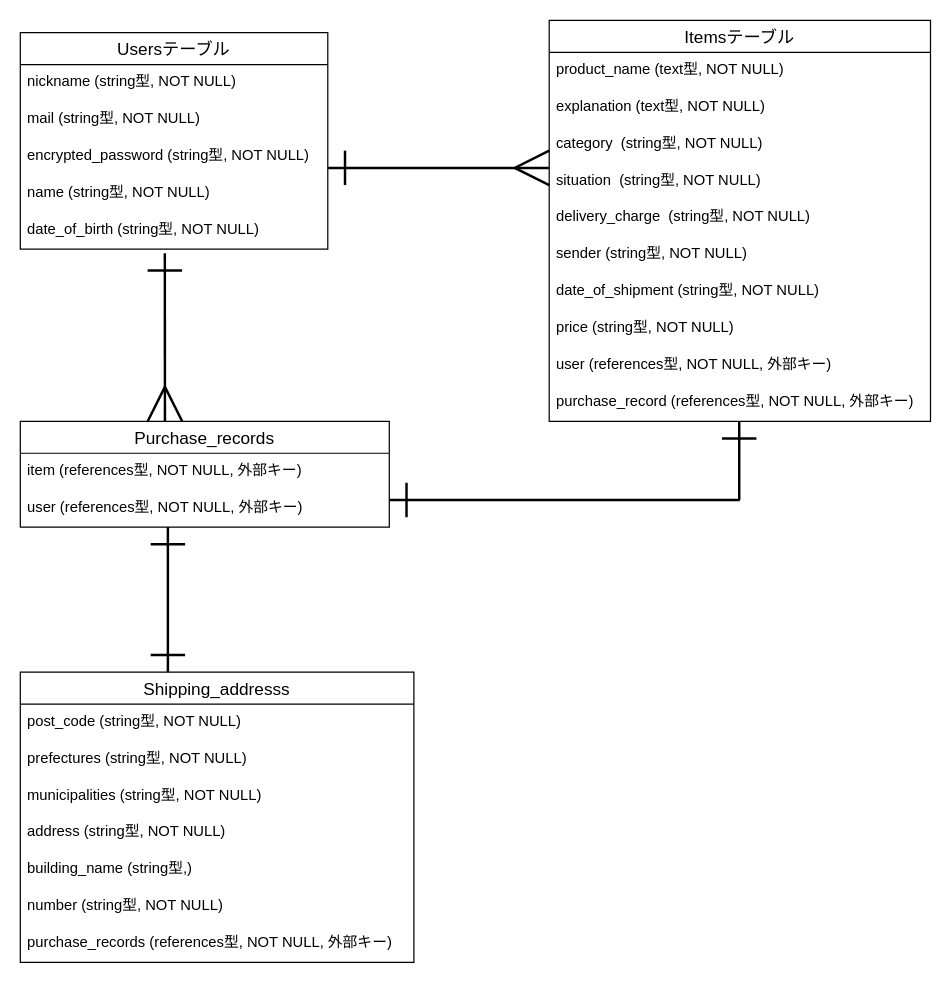
TUGU617/furima-39351 keeps this draw.io diagram as er.dio. Above is the earlier version. Source tidied: cells renumbered, new cells numbered last; positions are measured from the earlier drawing's top-left corner, leaving out a move shared by most shapes. Both pictures are drawn from the tidied source at 123%, with x=0, y=0 at pixel (20, 20).
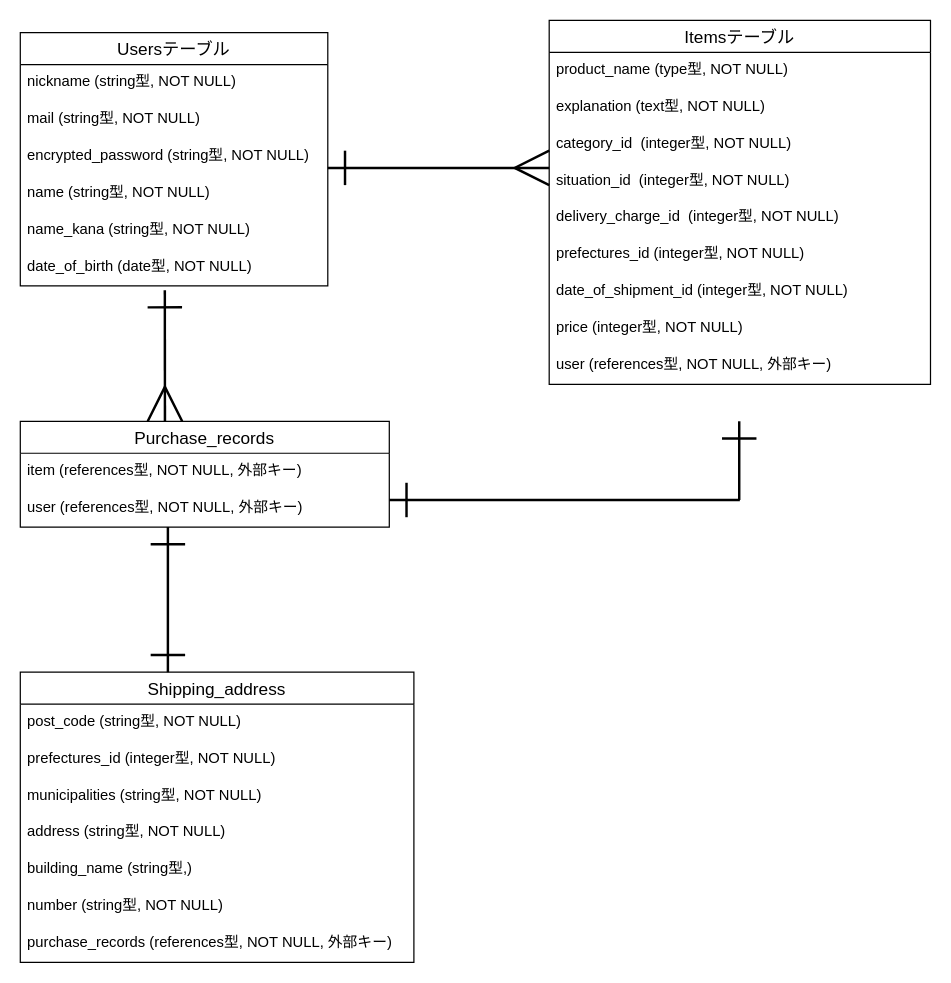
The same diagram, later.

Commit message (it also covers changes not shown here):
データベース設計2

The edit, as a diff of the source:
```diff
@@
     <mxCell id="2" value="Usersテーブル" style="swimlane;fontStyle=0;horizontal=1;startSize=26;align=center;fontSize=14;" parent="1" vertex="1">
-      <mxGeometry y="10" width="250" height="176" as="geometry" />
+      <mxGeometry y="10" width="250" height="206" as="geometry" />
     </mxCell>
@@
+    <mxCell id="35" value="name_kana (string型, NOT NULL)" style="text;strokeColor=none;fillColor=none;spacingLeft=4;spacingRight=4;overflow=hidden;fontSize=12;" parent="2" vertex="1">
+      <mxGeometry y="146" width="250" height="30" as="geometry" />
+    </mxCell>
-    <mxCell id="7" value="date_of_birth (string型, NOT NULL)" style="text;strokeColor=none;fillColor=none;spacingLeft=4;spacingRight=4;overflow=hidden;points=[[0,0.5],[1,0.5]];portConstraint=eastwest;fontSize=12;" parent="2" vertex="1">
-      <mxGeometry y="146" width="250" height="30" as="geometry" />
+    <mxCell id="7" value="date_of_birth (date型, NOT NULL)" style="text;strokeColor=none;fillColor=none;spacingLeft=4;spacingRight=4;overflow=hidden;points=[[0,0.5],[1,0.5]];portConstraint=eastwest;fontSize=12;" parent="2" vertex="1">
+      <mxGeometry y="176" width="250" height="30" as="geometry" />
     </mxCell>
@@
     <mxCell id="9" value="Itemsテーブル" style="swimlane;fontStyle=0;horizontal=1;startSize=26;align=center;fontSize=14;" parent="1" vertex="1">
-      <mxGeometry x="430" width="310" height="326" as="geometry" />
+      <mxGeometry x="430" width="310" height="296" as="geometry" />
     </mxCell>
-    <mxCell id="10" value="product_name (text型, NOT NULL)" style="text;strokeColor=none;fillColor=none;spacingLeft=4;spacingRight=4;overflow=hidden;fontSize=12;" parent="9" vertex="1">
+    <mxCell id="10" value="product_name (type型, NOT NULL)" style="text;strokeColor=none;fillColor=none;spacingLeft=4;spacingRight=4;overflow=hidden;fontSize=12;" parent="9" vertex="1">
       <mxGeometry y="26" width="310" height="30" as="geometry" />
     </mxCell>
@@
-    <mxCell id="12" value="category  (string型, NOT NULL)" style="text;strokeColor=none;fillColor=none;spacingLeft=4;spacingRight=4;overflow=hidden;fontSize=12;" parent="9" vertex="1">
+    <mxCell id="12" value="category_id  (integer型, NOT NULL)" style="text;strokeColor=none;fillColor=none;spacingLeft=4;spacingRight=4;overflow=hidden;fontSize=12;" parent="9" vertex="1">
       <mxGeometry y="86" width="310" height="30" as="geometry" />
     </mxCell>
-    <mxCell id="13" value="situation  (string型, NOT NULL)" style="text;strokeColor=none;fillColor=none;spacingLeft=4;spacingRight=4;overflow=hidden;fontSize=12;" parent="9" vertex="1">
+    <mxCell id="13" value="situation_id  (integer型, NOT NULL)" style="text;strokeColor=none;fillColor=none;spacingLeft=4;spacingRight=4;overflow=hidden;fontSize=12;" parent="9" vertex="1">
       <mxGeometry y="116" width="310" height="30" as="geometry" />
     </mxCell>
-    <mxCell id="14" value="delivery_charge  (string型, NOT NULL)" style="text;strokeColor=none;fillColor=none;spacingLeft=4;spacingRight=4;overflow=hidden;fontSize=12;" parent="9" vertex="1">
+    <mxCell id="14" value="delivery_charge_id  (integer型, NOT NULL)" style="text;strokeColor=none;fillColor=none;spacingLeft=4;spacingRight=4;overflow=hidden;fontSize=12;" parent="9" vertex="1">
       <mxGeometry y="146" width="310" height="30" as="geometry" />
     </mxCell>
-    <mxCell id="15" value="sender (string型, NOT NULL)" style="text;strokeColor=none;fillColor=none;spacingLeft=4;spacingRight=4;overflow=hidden;fontSize=12;" parent="9" vertex="1">
+    <mxCell id="15" value="prefectures_id (integer型, NOT NULL)" style="text;strokeColor=none;fillColor=none;spacingLeft=4;spacingRight=4;overflow=hidden;fontSize=12;" parent="9" vertex="1">
       <mxGeometry y="176" width="310" height="30" as="geometry" />
     </mxCell>
-    <mxCell id="16" value="date_of_shipment (string型, NOT NULL)" style="text;strokeColor=none;fillColor=none;spacingLeft=4;spacingRight=4;overflow=hidden;fontSize=12;" parent="9" vertex="1">
+    <mxCell id="16" value="date_of_shipment_id (integer型, NOT NULL)" style="text;strokeColor=none;fillColor=none;spacingLeft=4;spacingRight=4;overflow=hidden;fontSize=12;" parent="9" vertex="1">
       <mxGeometry y="206" width="310" height="30" as="geometry" />
     </mxCell>
-    <mxCell id="17" value="price (string型, NOT NULL)" style="text;strokeColor=none;fillColor=none;spacingLeft=4;spacingRight=4;overflow=hidden;fontSize=12;" parent="9" vertex="1">
+    <mxCell id="17" value="price (integer型, NOT NULL)" style="text;strokeColor=none;fillColor=none;spacingLeft=4;spacingRight=4;overflow=hidden;fontSize=12;" parent="9" vertex="1">
       <mxGeometry y="236" width="310" height="30" as="geometry" />
     </mxCell>
@@
-    <mxCell id="19" value="purchase_record (references型, NOT NULL, 外部キー)" style="text;strokeColor=none;fillColor=none;spacingLeft=4;spacingRight=4;overflow=hidden;fontSize=12;" parent="9" vertex="1">
-      <mxGeometry y="296" width="310" height="30" as="geometry" />
-    </mxCell>
@@
-    <mxCell id="23" value="Shipping_addresss" style="swimlane;fontStyle=0;horizontal=1;startSize=26;align=center;fontSize=14;" parent="1" vertex="1">
+    <mxCell id="23" value="Shipping_address" style="swimlane;fontStyle=0;horizontal=1;startSize=26;align=center;fontSize=14;" parent="1" vertex="1">
       <mxGeometry y="530" width="320" height="236" as="geometry" />
     </mxCell>
@@
-    <mxCell id="25" value="prefectures (string型, NOT NULL)" style="text;strokeColor=none;fillColor=none;spacingLeft=4;spacingRight=4;overflow=hidden;fontSize=12;" parent="23" vertex="1">
+    <mxCell id="25" value="prefectures_id (integer型, NOT NULL)" style="text;strokeColor=none;fillColor=none;spacingLeft=4;spacingRight=4;overflow=hidden;fontSize=12;" parent="23" vertex="1">
       <mxGeometry y="56" width="320" height="30" as="geometry" />
     </mxCell>
```
